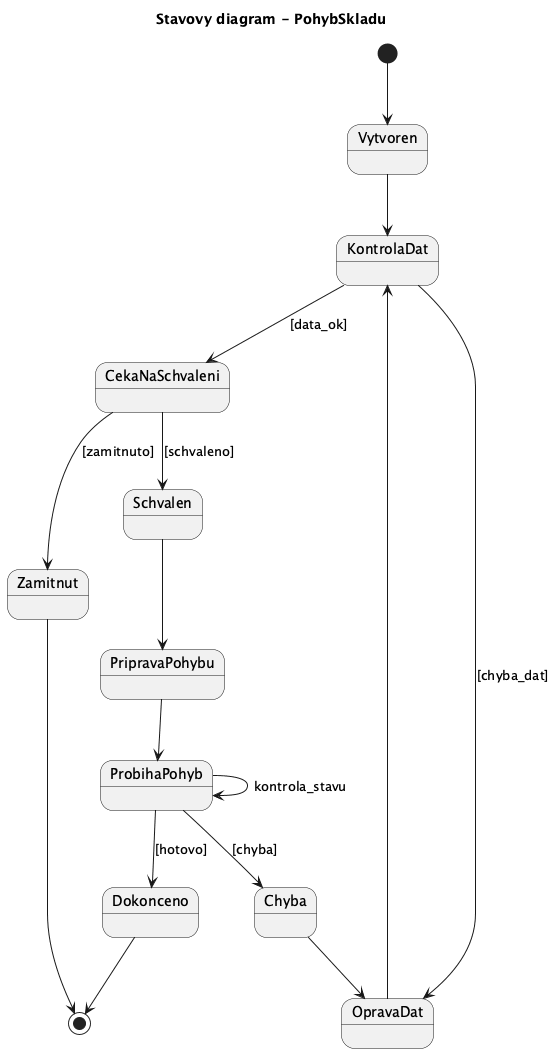
Earlier version of the PlantUML export docs/images/09_state_pohyb_skladu.png (lkvapil/wms-elektronicke-soucastky). Source of this version:
```plantuml
@startuml
title Stavovy diagram - PohybSkladu

[*] --> Vytvoren

Vytvoren --> KontrolaDat

KontrolaDat --> CekaNaSchvaleni : [data_ok]
KontrolaDat --> OpravaDat : [chyba_dat]

OpravaDat --> KontrolaDat

CekaNaSchvaleni --> Schvalen : [schvaleno]
CekaNaSchvaleni --> Zamitnut : [zamitnuto]

Schvalen --> PripravaPohybu
PripravaPohybu --> ProbihaPohyb

ProbihaPohyb --> ProbihaPohyb : kontrola_stavu
ProbihaPohyb --> Dokonceno : [hotovo]
ProbihaPohyb --> Chyba : [chyba]

Chyba --> OpravaDat

Dokonceno --> [*]
Zamitnut --> [*]

@enduml
```
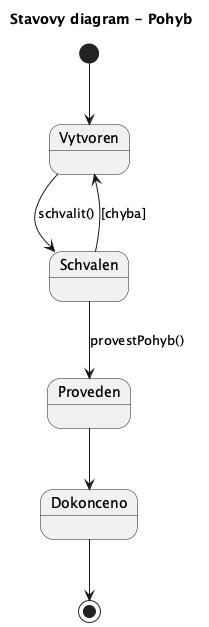
The same diagram one commit later.

Commit message:
refactor: sjednoceni modelu – Soucastka, Projekt, Pohyb

The edit, as a diff of the source:
```diff
@@ -1,28 +1,14 @@
 @startuml
-title Stavovy diagram - PohybSkladu
+title Stavovy diagram - Pohyb
 
 [*] --> Vytvoren
 
-Vytvoren --> KontrolaDat
+Vytvoren --> Schvalen : schvalit()
+Schvalen --> Proveden : provestPohyb()
+Proveden --> Dokonceno
 
-KontrolaDat --> CekaNaSchvaleni : [data_ok]
-KontrolaDat --> OpravaDat : [chyba_dat]
-
-OpravaDat --> KontrolaDat
-
-CekaNaSchvaleni --> Schvalen : [schvaleno]
-CekaNaSchvaleni --> Zamitnut : [zamitnuto]
-
-Schvalen --> PripravaPohybu
-PripravaPohybu --> ProbihaPohyb
-
-ProbihaPohyb --> ProbihaPohyb : kontrola_stavu
-ProbihaPohyb --> Dokonceno : [hotovo]
-ProbihaPohyb --> Chyba : [chyba]
-
-Chyba --> OpravaDat
+Schvalen --> Vytvoren : [chyba]
 
 Dokonceno --> [*]
-Zamitnut --> [*]
 
 @enduml
```
